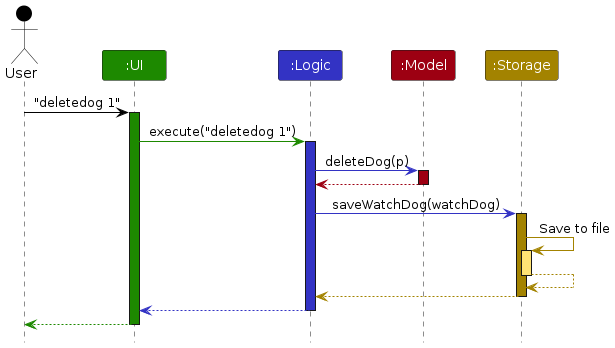
Earlier version of the PlantUML export diagrams/ArchitectureSequenceDiagram.png (AY2627S1-CS2103T-T15-4/tp). Its source is kept beside it as diagrams/ArchitectureSequenceDiagram.puml. Its diagram source:
```plantuml
@startuml
!include style.puml
skinparam ArrowFontStyle plain

Actor User as user USER_COLOR
Participant ":UI" as ui UI_COLOR
Participant ":Logic" as logic LOGIC_COLOR
Participant ":Model" as model MODEL_COLOR
Participant ":Storage" as storage STORAGE_COLOR

user -[USER_COLOR]> ui : "deletedog 1"
activate ui UI_COLOR

ui -[UI_COLOR]> logic : execute("deletedog 1")
activate logic LOGIC_COLOR

logic -[LOGIC_COLOR]> model : deleteDog(p)
activate model MODEL_COLOR

model -[MODEL_COLOR]-> logic
deactivate model

logic -[LOGIC_COLOR]> storage : saveWatchDog(watchDog)
activate storage STORAGE_COLOR

storage -[STORAGE_COLOR]> storage : Save to file
activate storage STORAGE_COLOR_T1
storage --[STORAGE_COLOR]> storage
deactivate storage

storage --[STORAGE_COLOR]> logic
deactivate storage

logic --[LOGIC_COLOR]> ui
deactivate logic

ui--[UI_COLOR]> user
deactivate ui
@enduml
```
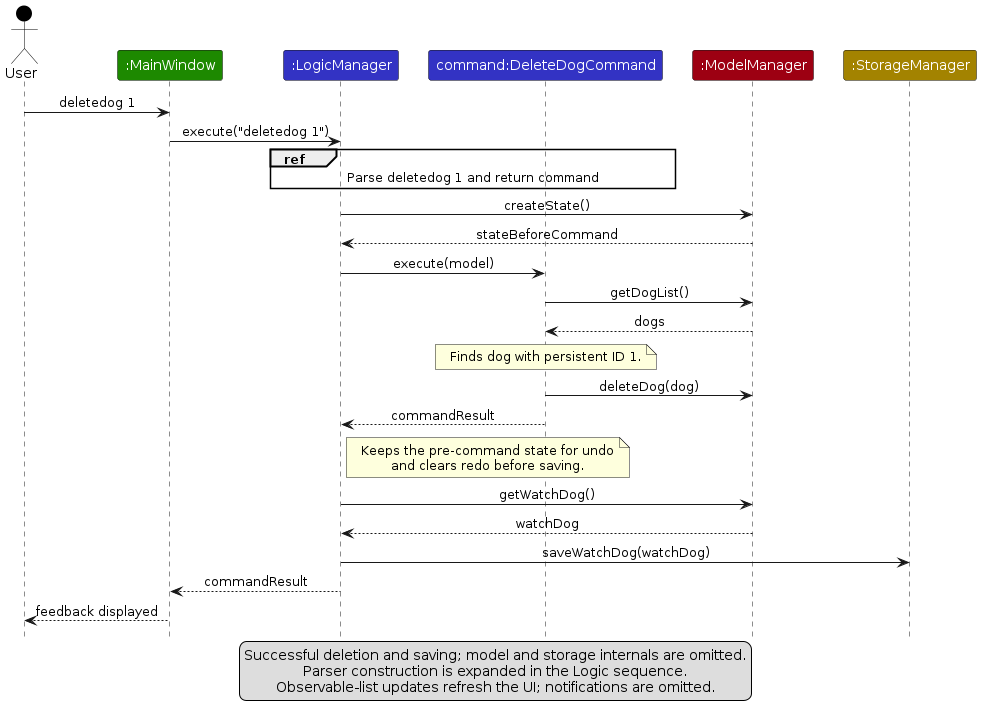
Later version of the same file.

What changed in the source:
```diff
@@ -1,39 +1,44 @@
 @startuml
 !include style.puml
 skinparam ArrowFontStyle plain
+skinparam ParticipantFontColor #FFFFFF
+skinparam maxMessageSize 180
 
-Actor User as user USER_COLOR
-Participant ":UI" as ui UI_COLOR
-Participant ":Logic" as logic LOGIC_COLOR
-Participant ":Model" as model MODEL_COLOR
-Participant ":Storage" as storage STORAGE_COLOR
+actor User USER_COLOR
+participant ":MainWindow" as UI UI_COLOR
+participant ":LogicManager" as Logic LOGIC_COLOR
+participant "command:DeleteDogCommand" as Command LOGIC_COLOR
+participant ":ModelManager" as Model MODEL_COLOR
+participant ":StorageManager" as Storage STORAGE_COLOR
 
-user -[USER_COLOR]> ui : "deletedog 1"
-activate ui UI_COLOR
+User -> UI : deletedog 1
+UI -> Logic : execute("deletedog 1")
+ref over Logic, Command
+  Parse deletedog 1 and return command
+end ref
+Logic -> Model : createState()
+Model --> Logic : stateBeforeCommand
+Logic -> Command : execute(model)
+Command -> Model : getDogList()
+Model --> Command : dogs
+note over Command
+  Finds dog with persistent ID 1.
+end note
+Command -> Model : deleteDog(dog)
+Command --> Logic : commandResult
+note right of Logic
+  Keeps the pre-command state for undo
+  and clears redo before saving.
+end note
+Logic -> Model : getWatchDog()
+Model --> Logic : watchDog
+Logic -> Storage : saveWatchDog(watchDog)
+Logic --> UI : commandResult
+UI --> User : feedback displayed
 
-ui -[UI_COLOR]> logic : execute("deletedog 1")
-activate logic LOGIC_COLOR
-
-logic -[LOGIC_COLOR]> model : deleteDog(p)
-activate model MODEL_COLOR
-
-model -[MODEL_COLOR]-> logic
-deactivate model
-
-logic -[LOGIC_COLOR]> storage : saveWatchDog(watchDog)
-activate storage STORAGE_COLOR
-
-storage -[STORAGE_COLOR]> storage : Save to file
-activate storage STORAGE_COLOR_T1
-storage --[STORAGE_COLOR]> storage
-deactivate storage
-
-storage --[STORAGE_COLOR]> logic
-deactivate storage
-
-logic --[LOGIC_COLOR]> ui
-deactivate logic
-
-ui--[UI_COLOR]> user
-deactivate ui
+legend bottom
+  Successful deletion and saving; model and storage internals are omitted.
+  Parser construction is expanded in the Logic sequence.
+  Observable-list updates refresh the UI; notifications are omitted.
+endlegend
 @enduml
```
